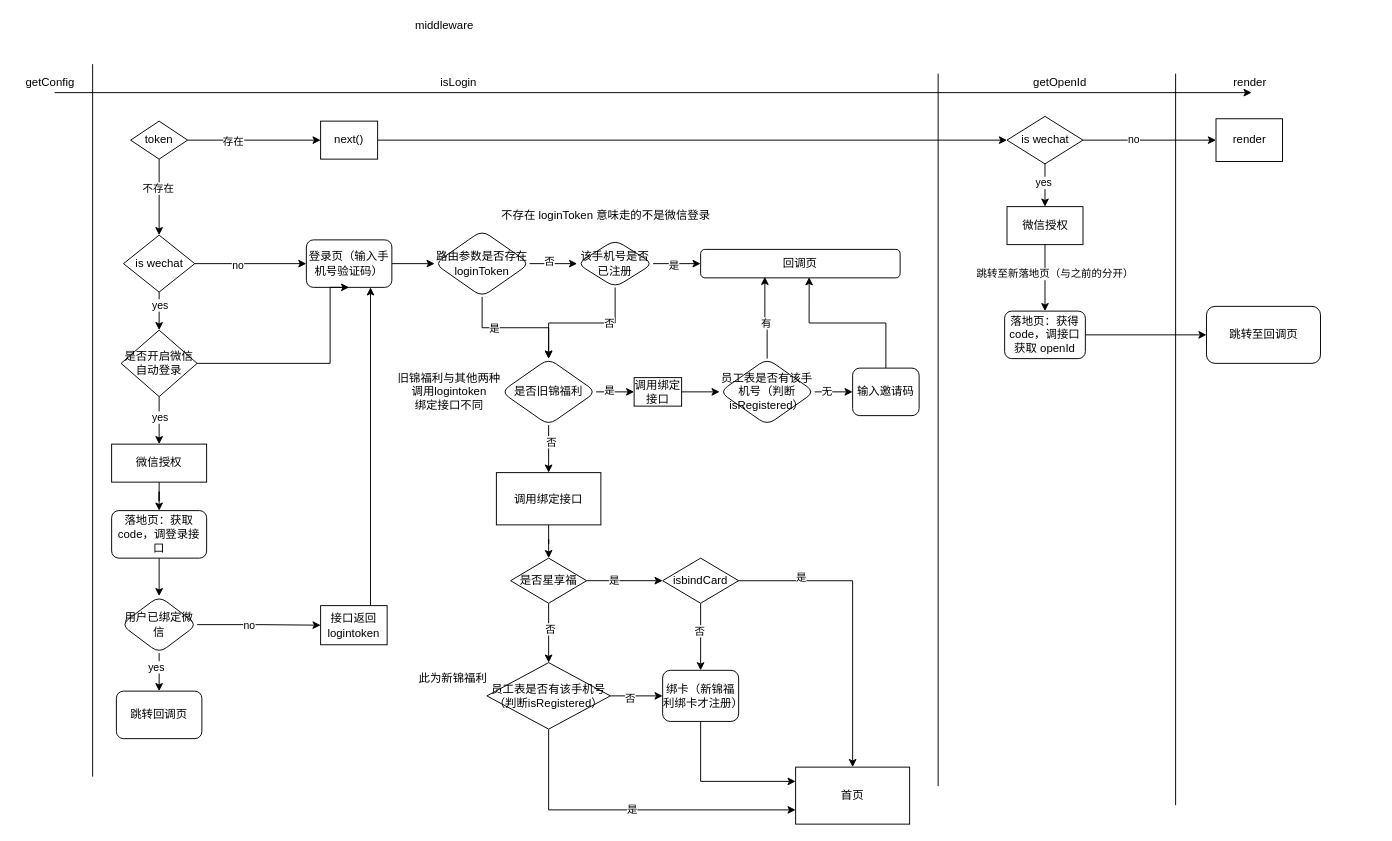
The draw.io diagram 登录流程.drawio in light8176/demo, before the edit. Source tidied: cells renumbered, new cells numbered last; positions are measured from the earlier drawing's top-left corner, leaving out a move shared by most shapes. Both pictures are drawn from the tidied source at 95%, with x=0, y=0 at pixel (16, 16).
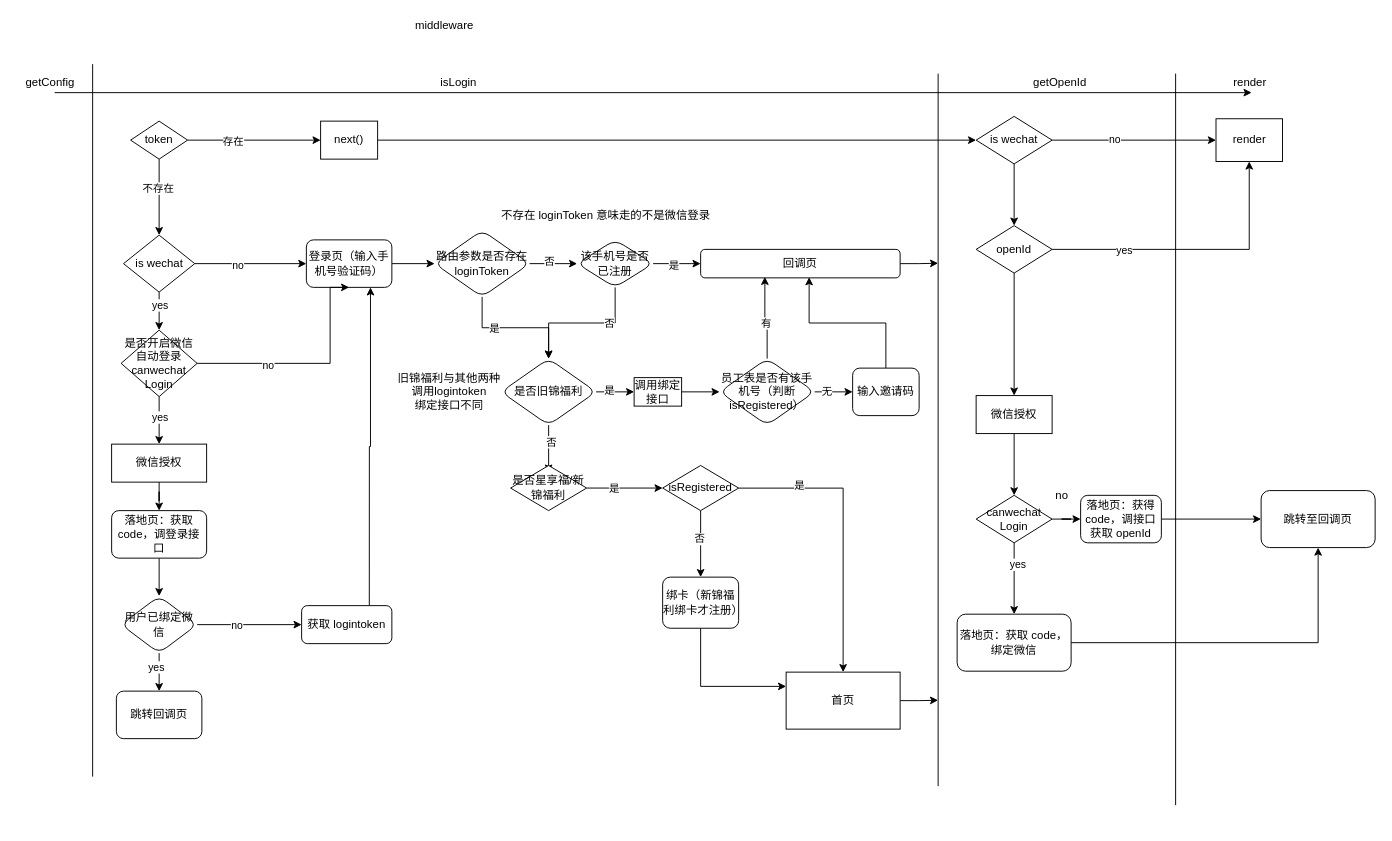
The same diagram, later.

The change refers to these unchanged cells:
```xml
<mxCell id="23" value="render" style="whiteSpace=wrap;html=1;" parent="1" vertex="1">
  <mxGeometry x="1262.5" y="107.5" width="70" height="45" as="geometry" />
</mxCell>
<mxCell id="35" value="登录页（输入手机号验证码）" style="whiteSpace=wrap;html=1;rounded=1;" parent="1" vertex="1">
  <mxGeometry x="305" y="235" width="90" height="50" as="geometry" />
</mxCell>
<mxCell id="36" style="edgeStyle=orthogonalEdgeStyle;rounded=0;jettySize=auto;html=1;exitX=1;exitY=0.5;exitDx=0;exitDy=0;entryX=0.5;entryY=1;entryDx=0;entryDy=0;" parent="1" edge="1" source="39" target="35">
  <mxGeometry relative="1" as="geometry">
    <Array as="points">
      <mxPoint x="330" y="365" />
      <mxPoint x="330" y="285" />
    </Array>
  </mxGeometry>
</mxCell>
<mxCell id="49" value="用户已绑定微信" style="rhombus;whiteSpace=wrap;html=1;rounded=1;" parent="1" vertex="1">
  <mxGeometry x="110" y="610" width="80" height="60" as="geometry" />
</mxCell>
<mxCell id="64" value="回调页" style="whiteSpace=wrap;html=1;rounded=1;" parent="1" vertex="1">
  <mxGeometry x="720" y="245" width="210" height="30" as="geometry" />
</mxCell>
<mxCell id="69" value="是否旧锦福利" style="rhombus;whiteSpace=wrap;html=1;rounded=1;" parent="1" vertex="1">
  <mxGeometry x="510" y="360" width="100" height="70" as="geometry" />
</mxCell>
```

What changed in the source:
```diff
@@
-    <mxCell id="20" style="edgeStyle=orthogonalEdgeStyle;rounded=0;jettySize=auto;html=1;" parent="1" edge="1" source="22" target="26">
-      <mxGeometry relative="1" as="geometry" />
-    </mxCell>
-    <mxCell id="21" value="yes" style="edgeLabel;html=1;align=center;verticalAlign=middle;" parent="20" vertex="1">
-      <mxGeometry x="-0.16" y="-2" relative="1" as="geometry" />
-    </mxCell>
+    <mxCell id="100" style="edgeStyle=orthogonalEdgeStyle;rounded=0;jettySize=auto;html=1;" parent="1" edge="1" source="22" target="119">
+      <mxGeometry relative="1" as="geometry" />
+    </mxCell>
     <mxCell id="22" value="is wechat" style="rhombus;whiteSpace=wrap;html=1;" parent="1" vertex="1">
-      <mxGeometry x="1042.5" y="105" width="80" height="50" as="geometry" />
+      <mxGeometry x="1010" y="105" width="80" height="50" as="geometry" />
     </mxCell>
@@
-    <mxCell id="24" style="edgeStyle=orthogonalEdgeStyle;rounded=0;jettySize=auto;html=1;" parent="1" edge="1" source="26" target="28">
-      <mxGeometry relative="1" as="geometry" />
-    </mxCell>
-    <mxCell id="25" value="跳转至新落地页（与之前的分开）" style="edgeLabel;html=1;align=center;verticalAlign=middle;" parent="24" vertex="1">
-      <mxGeometry x="-0.14" y="-1" relative="1" as="geometry">
-        <mxPoint x="11" as="offset" />
-      </mxGeometry>
-    </mxCell>
+    <mxCell id="101" style="edgeStyle=orthogonalEdgeStyle;rounded=0;jettySize=auto;html=1;" parent="1" edge="1" source="26" target="112">
+      <mxGeometry relative="1" as="geometry" />
+    </mxCell>
     <mxCell id="26" value="微信授权" style="rounded=0;whiteSpace=wrap;html=1;" parent="1" vertex="1">
-      <mxGeometry x="1042.5" y="200" width="80" height="40" as="geometry" />
+      <mxGeometry x="1010" y="398.9" width="80" height="40" as="geometry" />
     </mxCell>
@@
     <mxCell id="28" value="落地页：获得 code，调接口获取 openId" style="rounded=1;whiteSpace=wrap;html=1;" parent="1" vertex="1">
-      <mxGeometry x="1040" y="310" width="85" height="50" as="geometry" />
+      <mxGeometry x="1120" y="503.9" width="85" height="50" as="geometry" />
     </mxCell>
@@
+    <mxCell id="102" value="no" style="edgeLabel;html=1;align=center;verticalAlign=middle;" parent="36" vertex="1">
+      <mxGeometry x="-0.38" y="-1" relative="1" as="geometry" />
+    </mxCell>
@@
-    <mxCell id="39" value="是否开启微信自动登录" style="rhombus;whiteSpace=wrap;html=1;" parent="1" vertex="1">
+    <mxCell id="39" value="是否开启微信自动登录canwechat&lt;br&gt;Login" style="rhombus;whiteSpace=wrap;html=1;" parent="1" vertex="1">
       <mxGeometry x="110" y="330" width="80" height="70" as="geometry" />
     </mxCell>
     <mxCell id="40" value="跳转至回调页" style="whiteSpace=wrap;html=1;rounded=1;" parent="1" vertex="1">
-      <mxGeometry x="1252.5" y="305" width="120" height="60" as="geometry" />
+      <mxGeometry x="1310" y="498.9" width="120" height="60" as="geometry" />
     </mxCell>
@@
-    <mxCell id="45" style="edgeStyle=orthogonalEdgeStyle;rounded=0;jettySize=auto;html=1;" parent="1" edge="1" source="49" target="51">
-      <mxGeometry relative="1" as="geometry" />
-    </mxCell>
-    <mxCell id="46" value="no" style="edgeLabel;html=1;align=center;verticalAlign=middle;" parent="45" vertex="1">
-      <mxGeometry x="-0.17" relative="1" as="geometry" />
-    </mxCell>
@@
+    <mxCell id="103" style="edgeStyle=orthogonalEdgeStyle;rounded=0;jettySize=auto;html=1;" parent="1" edge="1" source="49" target="108">
+      <mxGeometry relative="1" as="geometry" />
+    </mxCell>
+    <mxCell id="104" value="no" style="edgeLabel;html=1;align=center;verticalAlign=middle;" parent="103" vertex="1">
+      <mxGeometry x="-0.26" relative="1" as="geometry" />
+    </mxCell>
@@
-    <mxCell id="50" style="edgeStyle=orthogonalEdgeStyle;rounded=0;jettySize=auto;html=1;exitX=0.75;exitY=0;exitDx=0;exitDy=0;entryX=0.75;entryY=1;entryDx=0;entryDy=0;" parent="1" edge="1" source="51" target="35">
-      <mxGeometry relative="1" as="geometry" />
-    </mxCell>
-    <mxCell id="51" value="接口返回 logintoken" style="whiteSpace=wrap;html=1;rounded=0;" parent="1" vertex="1">
-      <mxGeometry x="320" y="620" width="70" height="41.2" as="geometry" />
-    </mxCell>
@@
+    <mxCell id="105" style="edgeStyle=orthogonalEdgeStyle;rounded=0;jettySize=auto;html=1;exitX=1;exitY=0.5;exitDx=0;exitDy=0;" parent="1" edge="1" source="64">
+      <mxGeometry relative="1" as="geometry">
+        <mxPoint x="970" y="259.6" as="targetPoint" />
+      </mxGeometry>
+    </mxCell>
@@
-    <mxCell id="65" style="edgeStyle=orthogonalEdgeStyle;rounded=0;jettySize=auto;html=1;" parent="1" edge="1" source="69" target="79">
-      <mxGeometry relative="1" as="geometry" />
+    <mxCell id="65" style="edgeStyle=orthogonalEdgeStyle;rounded=0;jettySize=auto;html=1;" parent="1" edge="1" source="69">
+      <mxGeometry relative="1" as="geometry">
+        <mxPoint x="560" y="480" as="targetPoint" />
+      </mxGeometry>
     </mxCell>
@@
-    <mxCell id="78" style="edgeStyle=orthogonalEdgeStyle;rounded=0;jettySize=auto;html=1;" parent="1" edge="1" source="79" target="86">
-      <mxGeometry relative="1" as="geometry" />
-    </mxCell>
-    <mxCell id="79" value="&lt;span&gt;调用绑定接口&lt;/span&gt;" style="whiteSpace=wrap;html=1;rounded=0;" parent="1" vertex="1">
-      <mxGeometry x="505" y="480" width="110" height="55" as="geometry" />
-    </mxCell>
@@
-    <mxCell id="84" style="edgeStyle=orthogonalEdgeStyle;rounded=0;jettySize=auto;html=1;" parent="1" edge="1" source="86" target="97">
-      <mxGeometry relative="1" as="geometry" />
-    </mxCell>
-    <mxCell id="85" value="否" style="edgeLabel;html=1;align=center;verticalAlign=middle;" parent="84" vertex="1">
-      <mxGeometry x="-0.13" y="1" relative="1" as="geometry" />
-    </mxCell>
-    <mxCell id="86" value="是否星享福" style="rhombus;whiteSpace=wrap;html=1;rounded=0;" parent="1" vertex="1">
-      <mxGeometry x="520" y="570" width="80" height="47.5" as="geometry" />
+    <mxCell id="86" value="是否星享福/新锦福利" style="rhombus;whiteSpace=wrap;html=1;rounded=0;" parent="1" vertex="1">
+      <mxGeometry x="520" y="472.5" width="80" height="47.5" as="geometry" />
     </mxCell>
@@
-    <mxCell id="91" value="isbindCard" style="rhombus;whiteSpace=wrap;html=1;rounded=0;" parent="1" vertex="1">
-      <mxGeometry x="680" y="570" width="80" height="47.5" as="geometry" />
+    <mxCell id="91" value="isRegistered" style="rhombus;whiteSpace=wrap;html=1;rounded=0;" parent="1" vertex="1">
+      <mxGeometry x="680" y="472.5" width="80" height="47.5" as="geometry" />
     </mxCell>
@@
     <mxCell id="93" value="绑卡（新锦福利绑卡才注册）" style="rounded=1;whiteSpace=wrap;html=1;" parent="1" vertex="1">
-      <mxGeometry x="680" y="688.1" width="80" height="53.8" as="geometry" />
+      <mxGeometry x="680" y="590" width="80" height="53.8" as="geometry" />
     </mxCell>
-    <mxCell id="94" style="edgeStyle=orthogonalEdgeStyle;rounded=0;jettySize=auto;html=1;" parent="1" edge="1" source="97" target="93">
-      <mxGeometry relative="1" as="geometry" />
-    </mxCell>
-    <mxCell id="95" value="否" style="edgeLabel;html=1;align=center;verticalAlign=middle;" parent="94" vertex="1">
-      <mxGeometry x="-0.28" y="-2" relative="1" as="geometry" />
-    </mxCell>
-    <mxCell id="96" value="是" style="edgeStyle=orthogonalEdgeStyle;rounded=0;jettySize=auto;html=1;exitX=0.5;exitY=1;exitDx=0;exitDy=0;entryX=0;entryY=0.75;entryDx=0;entryDy=0;" parent="1" edge="1" source="97" target="99">
-      <mxGeometry relative="1" as="geometry" />
-    </mxCell>
-    <mxCell id="97" value="员工表是否有该手机号（判断isRegistered）" style="rhombus;whiteSpace=wrap;html=1;rounded=0;" parent="1" vertex="1">
-      <mxGeometry x="495" y="680" width="130" height="70" as="geometry" />
-    </mxCell>
-    <mxCell id="98" value="此为新锦福利" style="text;html=1;align=center;verticalAlign=middle;strokeColor=none;fillColor=none;" parent="1" vertex="1">
-      <mxGeometry x="414" y="686.9" width="90" height="20" as="geometry" />
-    </mxCell>
+    <mxCell id="106" style="edgeStyle=orthogonalEdgeStyle;rounded=0;jettySize=auto;html=1;exitX=1;exitY=0.5;exitDx=0;exitDy=0;" parent="1" edge="1" source="99">
+      <mxGeometry relative="1" as="geometry">
+        <mxPoint x="970" y="719.6" as="targetPoint" />
+      </mxGeometry>
+    </mxCell>
     <mxCell id="99" value="首页" style="whiteSpace=wrap;html=1;rounded=0;" parent="1" vertex="1">
-      <mxGeometry x="820" y="790" width="120" height="60" as="geometry" />
+      <mxGeometry x="810" y="690" width="120" height="60" as="geometry" />
     </mxCell>
+    <mxCell id="107" style="edgeStyle=orthogonalEdgeStyle;rounded=0;jettySize=auto;html=1;exitX=0.75;exitY=0;exitDx=0;exitDy=0;entryX=0.75;entryY=1;entryDx=0;entryDy=0;" parent="1" edge="1" source="108" target="35">
+      <mxGeometry relative="1" as="geometry" />
+    </mxCell>
+    <mxCell id="108" value="获取 logintoken" style="whiteSpace=wrap;html=1;rounded=1;" parent="1" vertex="1">
+      <mxGeometry x="300" y="620" width="95" height="40" as="geometry" />
+    </mxCell>
+    <mxCell id="109" style="edgeStyle=orthogonalEdgeStyle;rounded=0;jettySize=auto;html=1;exitX=1;exitY=0.5;exitDx=0;exitDy=0;" parent="1" edge="1" source="112" target="28">
+      <mxGeometry relative="1" as="geometry" />
+    </mxCell>
+    <mxCell id="110" style="edgeStyle=orthogonalEdgeStyle;rounded=0;jettySize=auto;html=1;" parent="1" edge="1" source="112" target="115">
+      <mxGeometry relative="1" as="geometry" />
+    </mxCell>
+    <mxCell id="111" value="yes" style="edgeLabel;html=1;align=center;verticalAlign=middle;" parent="110" vertex="1">
+      <mxGeometry x="-0.39" y="3" relative="1" as="geometry" />
+    </mxCell>
+    <mxCell id="112" value="canwechat&lt;br&gt;Login" style="rhombus;whiteSpace=wrap;html=1;rounded=0;" parent="1" vertex="1">
+      <mxGeometry x="1010" y="503.9" width="80" height="50" as="geometry" />
+    </mxCell>
+    <mxCell id="113" value="no" style="text;html=1;align=center;verticalAlign=middle;strokeColor=none;fillColor=none;" parent="1" vertex="1">
+      <mxGeometry x="1080" y="488.9" width="40" height="30" as="geometry" />
+    </mxCell>
+    <mxCell id="114" style="edgeStyle=orthogonalEdgeStyle;rounded=0;jettySize=auto;html=1;exitX=1;exitY=0.5;exitDx=0;exitDy=0;" parent="1" edge="1" source="115" target="40">
+      <mxGeometry relative="1" as="geometry" />
+    </mxCell>
+    <mxCell id="115" value="落地页：获取 code，绑定微信" style="rounded=1;whiteSpace=wrap;html=1;" parent="1" vertex="1">
+      <mxGeometry x="990" y="629" width="120" height="60" as="geometry" />
+    </mxCell>
+    <mxCell id="116" style="edgeStyle=orthogonalEdgeStyle;rounded=0;jettySize=auto;html=1;exitX=1;exitY=0.5;exitDx=0;exitDy=0;entryX=0.5;entryY=1;entryDx=0;entryDy=0;" parent="1" edge="1" source="119" target="23">
+      <mxGeometry relative="1" as="geometry" />
+    </mxCell>
+    <mxCell id="117" value="yes" style="edgeLabel;html=1;align=center;verticalAlign=middle;" parent="116" vertex="1">
+      <mxGeometry x="-0.5" relative="1" as="geometry" />
+    </mxCell>
+    <mxCell id="118" style="edgeStyle=orthogonalEdgeStyle;rounded=0;jettySize=auto;html=1;exitX=0.5;exitY=1;exitDx=0;exitDy=0;" parent="1" edge="1" source="119" target="26">
+      <mxGeometry relative="1" as="geometry" />
+    </mxCell>
+    <mxCell id="119" value="openId" style="rhombus;whiteSpace=wrap;html=1;" parent="1" vertex="1">
+      <mxGeometry x="1010" y="220" width="80" height="50" as="geometry" />
+    </mxCell>
```
